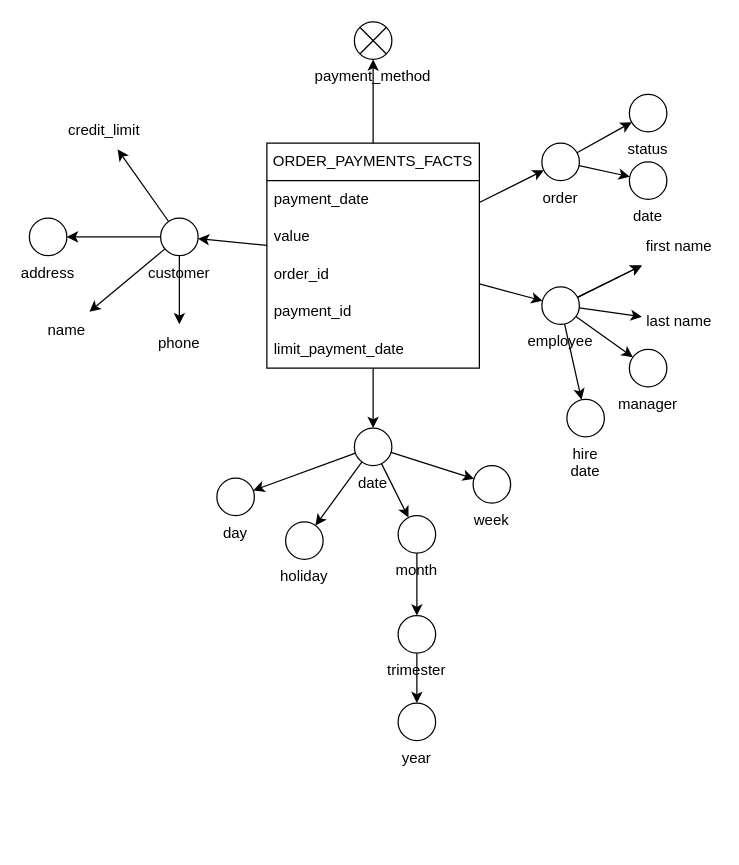
joaobraganca555/GlobalTech_ETL keeps this draw.io diagram as page "ORDER_PAYMENTS_FACTS" (2 of 4) of docs/DFM.drawio. Above is the earlier version. Source tidied: cells renumbered, new cells numbered last; positions are measured from the earlier drawing's top-left corner, leaving out a move shared by most shapes. Both pictures are drawn from the tidied source at 125%, with x=0, y=0 at pixel (29, 21).
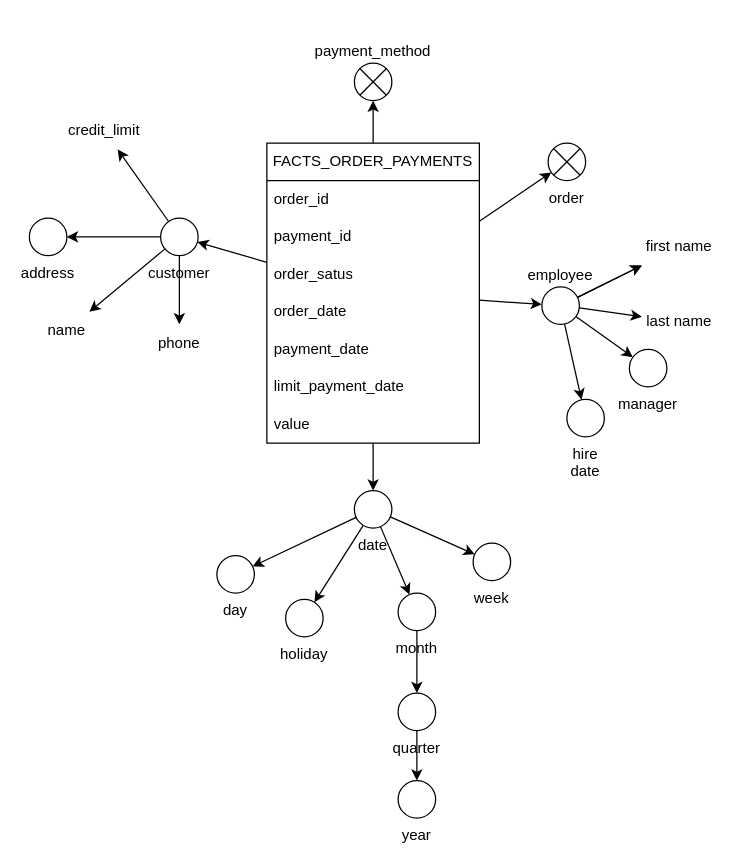
Above is the later version.

Change to the diagram source:
```diff
@@
+    <mxCell id="23" style="edgeStyle=none;rounded=0;jettySize=auto;html=1;fontColor=#000000;" parent="1" edge="1" source="3" target="28">
+      <mxGeometry relative="1" as="geometry" />
+    </mxCell>
-    <mxCell id="3" value="ORDER_PAYMENTS_FACTS" style="swimlane;fontStyle=0;horizontal=1;startSize=30;whiteSpace=wrap;html=1;" parent="1" vertex="1">
-      <mxGeometry x="190" y="97" width="170" height="180" as="geometry" />
+    <mxCell id="3" value="FACTS_ORDER_PAYMENTS" style="swimlane;fontStyle=0;horizontal=1;startSize=30;whiteSpace=wrap;html=1;" parent="1" vertex="1">
+      <mxGeometry x="190" y="97" width="170" height="240" as="geometry" />
     </mxCell>
-    <mxCell id="4" value="payment_date" style="text;strokeColor=none;fillColor=none;align=left;verticalAlign=middle;spacingLeft=4;spacingRight=4;overflow=hidden;whiteSpace=wrap;html=1;" parent="3" vertex="1">
-      <mxGeometry y="30" width="170" height="30" as="geometry" />
-    </mxCell>
-    <mxCell id="5" value="value" style="text;strokeColor=none;fillColor=none;align=left;verticalAlign=middle;spacingLeft=4;spacingRight=4;overflow=hidden;whiteSpace=wrap;html=1;" parent="3" vertex="1">
-      <mxGeometry y="60" width="170" height="30" as="geometry" />
-    </mxCell>
     <mxCell id="6" value="order_id" style="text;strokeColor=none;fillColor=none;align=left;verticalAlign=middle;spacingLeft=4;spacingRight=4;overflow=hidden;whiteSpace=wrap;html=1;" parent="3" vertex="1">
-      <mxGeometry y="90" width="170" height="30" as="geometry" />
+      <mxGeometry y="30" width="170" height="30" as="geometry" />
     </mxCell>
     <mxCell id="7" value="payment_id" style="text;strokeColor=none;fillColor=none;align=left;verticalAlign=middle;spacingLeft=4;spacingRight=4;overflow=hidden;whiteSpace=wrap;html=1;" parent="3" vertex="1">
-      <mxGeometry y="120" width="170" height="30" as="geometry" />
+      <mxGeometry y="60" width="170" height="30" as="geometry" />
     </mxCell>
+    <mxCell id="51" value="order_satus" style="text;strokeColor=none;fillColor=none;align=left;verticalAlign=middle;spacingLeft=4;spacingRight=4;overflow=hidden;whiteSpace=wrap;html=1;" parent="3" vertex="1">
+      <mxGeometry y="90" width="170" height="30" as="geometry" />
+    </mxCell>
+    <mxCell id="52" value="order_date" style="text;strokeColor=none;fillColor=none;align=left;verticalAlign=middle;spacingLeft=4;spacingRight=4;overflow=hidden;whiteSpace=wrap;html=1;" parent="3" vertex="1">
+      <mxGeometry y="120" width="170" height="30" as="geometry" />
+    </mxCell>
+    <mxCell id="4" value="payment_date" style="text;strokeColor=none;fillColor=none;align=left;verticalAlign=middle;spacingLeft=4;spacingRight=4;overflow=hidden;whiteSpace=wrap;html=1;" parent="3" vertex="1">
+      <mxGeometry y="150" width="170" height="30" as="geometry" />
+    </mxCell>
     <mxCell id="8" value="limit_payment_date" style="text;strokeColor=none;fillColor=none;align=left;verticalAlign=middle;spacingLeft=4;spacingRight=4;overflow=hidden;whiteSpace=wrap;html=1;" parent="3" vertex="1">
-      <mxGeometry y="150" width="170" height="30" as="geometry" />
+      <mxGeometry y="180" width="170" height="30" as="geometry" />
     </mxCell>
-    <mxCell id="9" style="rounded=0;jettySize=auto;html=1;" parent="1" edge="1" source="11" target="49">
-      <mxGeometry relative="1" as="geometry" />
-    </mxCell>
-    <mxCell id="10" style="edgeStyle=none;rounded=0;jettySize=auto;html=1;" parent="1" edge="1" source="11" target="50">
-      <mxGeometry relative="1" as="geometry" />
-    </mxCell>
-    <mxCell id="11" value="order" style="ellipse;whiteSpace=wrap;html=1;labelPosition=center;verticalLabelPosition=bottom;align=center;verticalAlign=top;" parent="1" vertex="1">
-      <mxGeometry x="410" y="97" width="30" height="30" as="geometry" />
-    </mxCell>
+    <mxCell id="5" value="value" style="text;strokeColor=none;fillColor=none;align=left;verticalAlign=middle;spacingLeft=4;spacingRight=4;overflow=hidden;whiteSpace=wrap;html=1;" parent="3" vertex="1">
+      <mxGeometry y="210" width="170" height="30" as="geometry" />
+    </mxCell>
@@
-    <mxCell id="23" style="rounded=0;jettySize=auto;html=1;" parent="1" edge="1" source="3" target="28">
-      <mxGeometry relative="1" as="geometry" />
-    </mxCell>
@@
     <mxCell id="28" value="date" style="ellipse;whiteSpace=wrap;html=1;labelPosition=center;verticalLabelPosition=bottom;align=center;verticalAlign=top;" parent="1" vertex="1">
-      <mxGeometry x="260" y="325" width="30" height="30" as="geometry" />
+      <mxGeometry x="260" y="375" width="30" height="30" as="geometry" />
     </mxCell>
     <mxCell id="29" value="day" style="ellipse;whiteSpace=wrap;html=1;labelPosition=center;verticalLabelPosition=bottom;align=center;verticalAlign=top;" parent="1" vertex="1">
-      <mxGeometry x="150" y="365" width="30" height="30" as="geometry" />
+      <mxGeometry x="150" y="427" width="30" height="30" as="geometry" />
     </mxCell>
     <mxCell id="30" value="week" style="ellipse;whiteSpace=wrap;html=1;labelPosition=center;verticalLabelPosition=bottom;align=center;verticalAlign=top;" parent="1" vertex="1">
-      <mxGeometry x="355" y="355" width="30" height="30" as="geometry" />
+      <mxGeometry x="355" y="417" width="30" height="30" as="geometry" />
     </mxCell>
@@
     <mxCell id="32" value="month" style="ellipse;whiteSpace=wrap;html=1;labelPosition=center;verticalLabelPosition=bottom;align=center;verticalAlign=top;" parent="1" vertex="1">
-      <mxGeometry x="295" y="395" width="30" height="30" as="geometry" />
+      <mxGeometry x="295" y="457" width="30" height="30" as="geometry" />
     </mxCell>
@@
-    <mxCell id="34" value="trimester" style="ellipse;whiteSpace=wrap;html=1;labelPosition=center;verticalLabelPosition=bottom;align=center;verticalAlign=top;" parent="1" vertex="1">
-      <mxGeometry x="295" y="475" width="30" height="30" as="geometry" />
+    <mxCell id="34" value="quarter" style="ellipse;whiteSpace=wrap;html=1;labelPosition=center;verticalLabelPosition=bottom;align=center;verticalAlign=top;" parent="1" vertex="1">
+      <mxGeometry x="295" y="537" width="30" height="30" as="geometry" />
     </mxCell>
     <mxCell id="35" value="year" style="ellipse;whiteSpace=wrap;html=1;labelPosition=center;verticalLabelPosition=bottom;align=center;verticalAlign=top;" parent="1" vertex="1">
-      <mxGeometry x="295" y="545" width="30" height="30" as="geometry" />
+      <mxGeometry x="295" y="607" width="30" height="30" as="geometry" />
     </mxCell>
     <mxCell id="36" value="holiday" style="ellipse;whiteSpace=wrap;html=1;labelPosition=center;verticalLabelPosition=bottom;align=center;verticalAlign=top;" parent="1" vertex="1">
-      <mxGeometry x="205" y="400" width="30" height="30" as="geometry" />
+      <mxGeometry x="205" y="462" width="30" height="30" as="geometry" />
     </mxCell>
@@
-    <mxCell id="43" value="employee" style="ellipse;whiteSpace=wrap;html=1;labelPosition=center;verticalLabelPosition=bottom;align=center;verticalAlign=top;" parent="1" vertex="1">
+    <mxCell id="43" value="employee" style="ellipse;whiteSpace=wrap;html=1;labelPosition=center;verticalLabelPosition=top;align=center;verticalAlign=bottom;" parent="1" vertex="1">
       <mxGeometry x="410" y="212" width="30" height="30" as="geometry" />
     </mxCell>
@@
-    <mxCell id="48" value="payment_method" style="shape=sumEllipse;perimeter=ellipsePerimeter;whiteSpace=wrap;html=1;backgroundOutline=1;labelPosition=center;verticalLabelPosition=bottom;align=center;verticalAlign=top;" parent="1" vertex="1">
-      <mxGeometry x="260" width="30" height="30" as="geometry" />
+    <mxCell id="48" value="payment_method" style="shape=sumEllipse;perimeter=ellipsePerimeter;whiteSpace=wrap;html=1;backgroundOutline=1;labelPosition=center;verticalLabelPosition=top;align=center;verticalAlign=bottom;" parent="1" vertex="1">
+      <mxGeometry x="260" y="33" width="30" height="30" as="geometry" />
     </mxCell>
-    <mxCell id="49" value="status" style="ellipse;whiteSpace=wrap;html=1;labelPosition=center;verticalLabelPosition=bottom;align=center;verticalAlign=top;" parent="1" vertex="1">
-      <mxGeometry x="480" y="58" width="30" height="30" as="geometry" />
-    </mxCell>
-    <mxCell id="50" value="date" style="ellipse;whiteSpace=wrap;html=1;labelPosition=center;verticalLabelPosition=bottom;align=center;verticalAlign=top;" parent="1" vertex="1">
-      <mxGeometry x="480" y="112" width="30" height="30" as="geometry" />
-    </mxCell>
+    <mxCell id="11" value="order" style="shape=sumEllipse;perimeter=ellipsePerimeter;whiteSpace=wrap;html=1;backgroundOutline=1;fontColor=#000000;labelPosition=center;verticalLabelPosition=bottom;align=center;verticalAlign=top;" parent="1" vertex="1">
+      <mxGeometry x="415" y="97" width="30" height="30" as="geometry" />
+    </mxCell>
```
